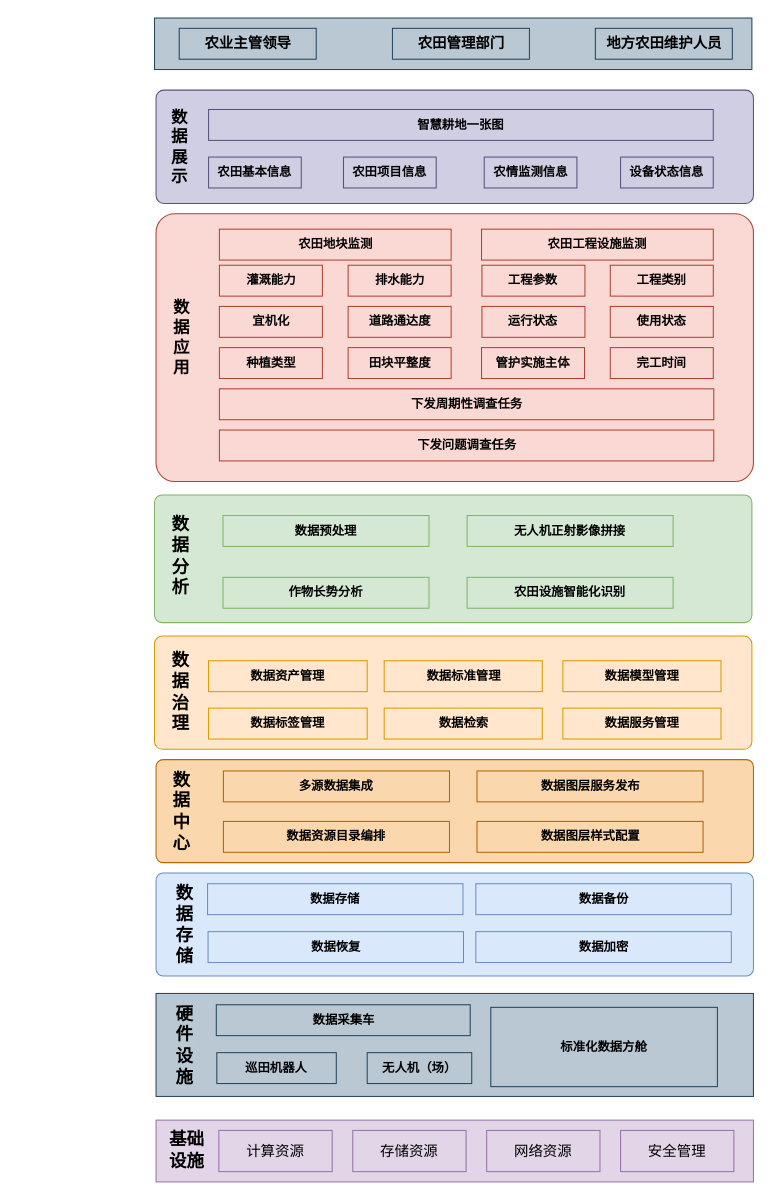
This is page "第 3 页" (3 of 3) of 陕西项目.drawio from GISering/diagram, a draw.io file, before an edit. Source tidied: cells renumbered, new cells numbered last; positions are measured from the earlier drawing's top-left corner, leaving out a move shared by most shapes. Both pictures are drawn from the tidied source at 103%, with x=0, y=0 at pixel (154, 18).
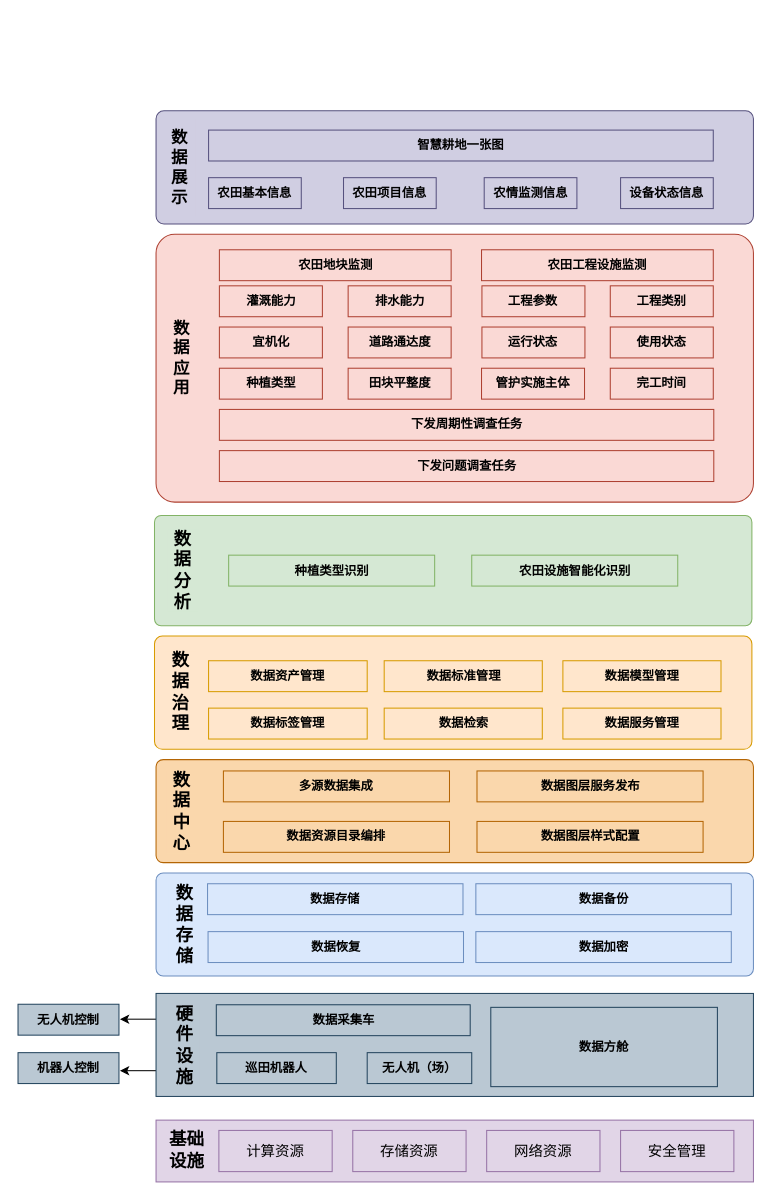
After the change.

Commit message:
更新陕西项目.drawio

Unchanged cells that the change refers to:
```xml
<mxCell id="35" style="rounded=0;whiteSpace=wrap;html=1;fillColor=#bac8d3;strokeColor=#23445d;arcSize=7;" parent="1" vertex="1">
  <mxGeometry x="1" y="947" width="580" height="100" as="geometry" />
</mxCell>
```

Diff of the diagram source:
```diff
@@
     <mxCell id="2" style="rounded=1;whiteSpace=wrap;html=1;fillColor=#fad9d5;strokeColor=#ae4132;arcSize=7;" parent="1" vertex="1">
-      <mxGeometry x="1" y="190" width="580" height="260" as="geometry" />
+      <mxGeometry x="1" y="210" width="580" height="260" as="geometry" />
     </mxCell>
@@
     <mxCell id="15" style="rounded=1;whiteSpace=wrap;html=1;fillColor=#d5e8d4;strokeColor=#82b366;arcSize=6;" parent="1" vertex="1">
-      <mxGeometry x="-0.5" y="463" width="580" height="124" as="geometry" />
+      <mxGeometry x="-0.5" y="483" width="580" height="107" as="geometry" />
     </mxCell>
     <mxCell id="16" value="数据分析" style="text;html=1;align=center;verticalAlign=middle;whiteSpace=wrap;rounded=0;fontSize=17;fontStyle=1;fillColor=#d5e8d4;strokeColor=none;" parent="1" vertex="1">
-      <mxGeometry x="9.5" y="483" width="30" height="80" as="geometry" />
+      <mxGeometry x="11.8" y="496.5" width="30" height="80" as="geometry" />
     </mxCell>
     <mxCell id="17" value="农田工程设施监测" style="rounded=0;whiteSpace=wrap;html=1;fontStyle=1;fillColor=#fad9d5;strokeColor=#ae4132;" parent="1" vertex="1">
-      <mxGeometry x="317" y="205" width="225" height="30" as="geometry" />
+      <mxGeometry x="317" y="225" width="225" height="30" as="geometry" />
     </mxCell>
     <mxCell id="18" value="农田地块监测" style="rounded=0;whiteSpace=wrap;html=1;fontStyle=1;fillColor=#fad9d5;strokeColor=#ae4132;" parent="1" vertex="1">
-      <mxGeometry x="62.5" y="205" width="225" height="30" as="geometry" />
+      <mxGeometry x="62.5" y="225" width="225" height="30" as="geometry" />
     </mxCell>
     <mxCell id="19" value="数据应用" style="text;html=1;align=center;verticalAlign=middle;whiteSpace=wrap;rounded=0;fontSize=16;fontStyle=1;fillColor=none;strokeColor=none;" parent="1" vertex="1">
-      <mxGeometry x="10.2" y="260" width="31.5" height="100" as="geometry" />
+      <mxGeometry x="10.2" y="280" width="31.5" height="100" as="geometry" />
     </mxCell>
     <mxCell id="20" value="下发周期性调查任务" style="rounded=0;whiteSpace=wrap;html=1;fontStyle=1;fillColor=#fad9d5;strokeColor=#ae4132;" parent="1" vertex="1">
-      <mxGeometry x="62.5" y="360" width="480" height="30" as="geometry" />
+      <mxGeometry x="62.5" y="380" width="480" height="30" as="geometry" />
     </mxCell>
     <mxCell id="21" style="rounded=1;whiteSpace=wrap;html=1;fillColor=#d0cee2;strokeColor=#56517e;arcSize=7;" parent="1" vertex="1">
-      <mxGeometry x="1" y="70" width="580" height="110" as="geometry" />
+      <mxGeometry x="1" y="90" width="580" height="110" as="geometry" />
     </mxCell>
     <mxCell id="22" value="数据展示" style="text;html=1;align=center;verticalAlign=middle;whiteSpace=wrap;rounded=0;fontSize=16;fontStyle=1;fillColor=#d0cee2;strokeColor=none;" parent="1" vertex="1">
-      <mxGeometry x="8" y="77.5" width="31.5" height="95" as="geometry" />
+      <mxGeometry x="8" y="97.5" width="31.5" height="95" as="geometry" />
     </mxCell>
     <mxCell id="23" value="智慧耕地一张图" style="rounded=0;whiteSpace=wrap;html=1;fontStyle=1;fillColor=#d0cee2;strokeColor=#56517e;" parent="1" vertex="1">
-      <mxGeometry x="52" y="88.8" width="490" height="30" as="geometry" />
+      <mxGeometry x="52" y="108.8" width="490" height="30" as="geometry" />
     </mxCell>
     <mxCell id="24" value="农田项目信息" style="rounded=0;whiteSpace=wrap;html=1;fontStyle=1;fillColor=#d0cee2;strokeColor=#56517e;" parent="1" vertex="1">
-      <mxGeometry x="183" y="135" width="90" height="30" as="geometry" />
+      <mxGeometry x="183" y="155" width="90" height="30" as="geometry" />
     </mxCell>
     <mxCell id="25" value="农情监测信息" style="rounded=0;whiteSpace=wrap;html=1;fontStyle=1;fillColor=#d0cee2;strokeColor=#56517e;" parent="1" vertex="1">
-      <mxGeometry x="319.6" y="135" width="90" height="30" as="geometry" />
+      <mxGeometry x="319.6" y="155" width="90" height="30" as="geometry" />
     </mxCell>
     <mxCell id="26" value="设备状态信息" style="rounded=0;whiteSpace=wrap;html=1;fontStyle=1;fillColor=#d0cee2;strokeColor=#56517e;" parent="1" vertex="1">
-      <mxGeometry x="452" y="135" width="90" height="30" as="geometry" />
+      <mxGeometry x="452" y="155" width="90" height="30" as="geometry" />
     </mxCell>
-    <mxCell id="27" style="rounded=0;whiteSpace=wrap;html=1;fillColor=#bac8d3;strokeColor=#23445d;fontStyle=1;fontSize=16;" parent="1" vertex="1">
-      <mxGeometry x="-0.5" width="580" height="50" as="geometry" />
-    </mxCell>
-    <mxCell id="28" value="农业主管领导" style="rounded=0;whiteSpace=wrap;html=1;fillColor=#bac8d3;strokeColor=#23445d;fontStyle=1;fontSize=14;" parent="1" vertex="1">
-      <mxGeometry x="23.5" y="10" width="133" height="30" as="geometry" />
-    </mxCell>
-    <mxCell id="29" value="农田管理部门" style="rounded=0;whiteSpace=wrap;html=1;fillColor=#bac8d3;strokeColor=#23445d;fontStyle=1;fontSize=14;" parent="1" vertex="1">
-      <mxGeometry x="230.5" y="10" width="133" height="30" as="geometry" />
-    </mxCell>
-    <mxCell id="30" value="地方农田维护人员" style="rounded=0;whiteSpace=wrap;html=1;fillColor=#bac8d3;strokeColor=#23445d;fontStyle=1;fontSize=14;" parent="1" vertex="1">
-      <mxGeometry x="427.5" y="10" width="133" height="30" as="geometry" />
-    </mxCell>
@@
+    <mxCell id="69" style="edgeStyle=orthogonalEdgeStyle;rounded=0;jettySize=auto;html=1;exitX=0;exitY=0.25;exitDx=0;exitDy=0;" parent="1" edge="1" source="35">
+      <mxGeometry relative="1" as="geometry">
+        <mxPoint x="-34" y="972" as="targetPoint" />
+      </mxGeometry>
+    </mxCell>
+    <mxCell id="70" style="edgeStyle=orthogonalEdgeStyle;rounded=0;jettySize=auto;html=1;exitX=0;exitY=0.75;exitDx=0;exitDy=0;" parent="1" edge="1" source="35">
+      <mxGeometry relative="1" as="geometry">
+        <mxPoint x="-34" y="1022" as="targetPoint" />
+      </mxGeometry>
+    </mxCell>
@@
-    <mxCell id="40" value="标准化数据方舱" style="rounded=0;whiteSpace=wrap;html=1;fontStyle=1;fillColor=#bac8d3;strokeColor=#23445d;" parent="1" vertex="1">
+    <mxCell id="40" value="数据方舱" style="rounded=0;whiteSpace=wrap;html=1;fontStyle=1;fillColor=#bac8d3;strokeColor=#23445d;" parent="1" vertex="1">
       <mxGeometry x="326" y="960.5" width="220" height="77" as="geometry" />
     </mxCell>
@@
-    <mxCell id="51" value="数据预处理" style="rounded=0;whiteSpace=wrap;html=1;fontStyle=1;fillColor=#d5e8d4;strokeColor=#82b366;" parent="1" vertex="1">
-      <mxGeometry x="66" y="483" width="200" height="30" as="geometry" />
+    <mxCell id="51" value="种植类型识别" style="rounded=0;whiteSpace=wrap;html=1;fontStyle=1;fillColor=#d5e8d4;strokeColor=#82b366;" parent="1" vertex="1">
+      <mxGeometry x="71.5" y="521.5" width="200" height="30" as="geometry" />
     </mxCell>
-    <mxCell id="52" value="无人机正射影像拼接" style="rounded=0;whiteSpace=wrap;html=1;fontStyle=1;fillColor=#d5e8d4;strokeColor=#82b366;" parent="1" vertex="1">
-      <mxGeometry x="303" y="483" width="200" height="30" as="geometry" />
-    </mxCell>
     <mxCell id="53" value="农田设施智能化识别" style="rounded=0;whiteSpace=wrap;html=1;fontStyle=1;fillColor=#d5e8d4;strokeColor=#82b366;" parent="1" vertex="1">
-      <mxGeometry x="303" y="543" width="200" height="30" as="geometry" />
+      <mxGeometry x="307.5" y="521.5" width="200" height="30" as="geometry" />
     </mxCell>
-    <mxCell id="54" value="作物长势分析" style="rounded=0;whiteSpace=wrap;html=1;fontStyle=1;fillColor=#d5e8d4;strokeColor=#82b366;" parent="1" vertex="1">
-      <mxGeometry x="66" y="543" width="200" height="30" as="geometry" />
-    </mxCell>
     <mxCell id="55" value="农田基本信息" style="rounded=0;whiteSpace=wrap;html=1;fontStyle=1;fillColor=#d0cee2;strokeColor=#56517e;" parent="1" vertex="1">
-      <mxGeometry x="52" y="135" width="90" height="30" as="geometry" />
+      <mxGeometry x="52" y="155" width="90" height="30" as="geometry" />
     </mxCell>
     <mxCell id="56" value="灌溉能力" style="rounded=0;whiteSpace=wrap;html=1;fontStyle=1;fillColor=#fad9d5;strokeColor=#ae4132;" parent="1" vertex="1">
-      <mxGeometry x="62.5" y="240" width="100" height="30" as="geometry" />
+      <mxGeometry x="62.5" y="260" width="100" height="30" as="geometry" />
     </mxCell>
     <mxCell id="57" value="排水能力" style="rounded=0;whiteSpace=wrap;html=1;fontStyle=1;fillColor=#fad9d5;strokeColor=#ae4132;" parent="1" vertex="1">
-      <mxGeometry x="187.5" y="240" width="100" height="30" as="geometry" />
+      <mxGeometry x="187.5" y="260" width="100" height="30" as="geometry" />
     </mxCell>
     <mxCell id="58" value="宜机化" style="rounded=0;whiteSpace=wrap;html=1;fontStyle=1;fillColor=#fad9d5;strokeColor=#ae4132;" parent="1" vertex="1">
-      <mxGeometry x="62.5" y="280" width="100" height="30" as="geometry" />
+      <mxGeometry x="62.5" y="300" width="100" height="30" as="geometry" />
     </mxCell>
     <mxCell id="59" value="道路通达度" style="rounded=0;whiteSpace=wrap;html=1;fontStyle=1;fillColor=#fad9d5;strokeColor=#ae4132;" parent="1" vertex="1">
-      <mxGeometry x="187.5" y="280" width="100" height="30" as="geometry" />
+      <mxGeometry x="187.5" y="300" width="100" height="30" as="geometry" />
     </mxCell>
     <mxCell id="60" value="种植类型" style="rounded=0;whiteSpace=wrap;html=1;fontStyle=1;fillColor=#fad9d5;strokeColor=#ae4132;" parent="1" vertex="1">
-      <mxGeometry x="62.5" y="320" width="100" height="30" as="geometry" />
+      <mxGeometry x="62.5" y="340" width="100" height="30" as="geometry" />
     </mxCell>
     <mxCell id="61" value="田块平整度" style="rounded=0;whiteSpace=wrap;html=1;fontStyle=1;fillColor=#fad9d5;strokeColor=#ae4132;" parent="1" vertex="1">
-      <mxGeometry x="187.5" y="320" width="100" height="30" as="geometry" />
+      <mxGeometry x="187.5" y="340" width="100" height="30" as="geometry" />
     </mxCell>
     <mxCell id="62" value="完工时间" style="rounded=0;whiteSpace=wrap;html=1;fontStyle=1;fillColor=#fad9d5;strokeColor=#ae4132;" parent="1" vertex="1">
-      <mxGeometry x="442" y="320" width="100" height="30" as="geometry" />
+      <mxGeometry x="442" y="340" width="100" height="30" as="geometry" />
     </mxCell>
     <mxCell id="63" value="使用状态" style="rounded=0;whiteSpace=wrap;html=1;fontStyle=1;fillColor=#fad9d5;strokeColor=#ae4132;" parent="1" vertex="1">
-      <mxGeometry x="442" y="280" width="100" height="30" as="geometry" />
+      <mxGeometry x="442" y="300" width="100" height="30" as="geometry" />
     </mxCell>
     <mxCell id="64" value="运行状态" style="rounded=0;whiteSpace=wrap;html=1;fontStyle=1;fillColor=#fad9d5;strokeColor=#ae4132;" parent="1" vertex="1">
-      <mxGeometry x="317.4" y="280" width="100" height="30" as="geometry" />
+      <mxGeometry x="317.4" y="300" width="100" height="30" as="geometry" />
     </mxCell>
     <mxCell id="65" value="管护实施主体" style="rounded=0;whiteSpace=wrap;html=1;fontStyle=1;fillColor=#fad9d5;strokeColor=#ae4132;" parent="1" vertex="1">
-      <mxGeometry x="317" y="320" width="100" height="30" as="geometry" />
+      <mxGeometry x="317" y="340" width="100" height="30" as="geometry" />
     </mxCell>
     <mxCell id="66" value="工程参数" style="rounded=0;whiteSpace=wrap;html=1;fontStyle=1;fillColor=#fad9d5;strokeColor=#ae4132;" parent="1" vertex="1">
-      <mxGeometry x="317.4" y="240" width="100" height="30" as="geometry" />
+      <mxGeometry x="317.4" y="260" width="100" height="30" as="geometry" />
     </mxCell>
     <mxCell id="67" value="工程类别" style="rounded=0;whiteSpace=wrap;html=1;fontStyle=1;fillColor=#fad9d5;strokeColor=#ae4132;" parent="1" vertex="1">
-      <mxGeometry x="442" y="240" width="100" height="30" as="geometry" />
+      <mxGeometry x="442" y="260" width="100" height="30" as="geometry" />
     </mxCell>
     <mxCell id="68" value="下发问题调查任务" style="rounded=0;whiteSpace=wrap;html=1;fontStyle=1;fillColor=#fad9d5;strokeColor=#ae4132;" parent="1" vertex="1">
-      <mxGeometry x="62.5" y="400" width="480" height="30" as="geometry" />
+      <mxGeometry x="62.5" y="420" width="480" height="30" as="geometry" />
     </mxCell>
+    <mxCell id="71" value="无人机控制" style="rounded=0;whiteSpace=wrap;html=1;fontStyle=1;fillColor=#bac8d3;strokeColor=#23445d;" parent="1" vertex="1">
+      <mxGeometry x="-133" y="957.5" width="98" height="30" as="geometry" />
+    </mxCell>
+    <mxCell id="72" value="机器人控制" style="rounded=0;whiteSpace=wrap;html=1;fontStyle=1;fillColor=#bac8d3;strokeColor=#23445d;" parent="1" vertex="1">
+      <mxGeometry x="-133" y="1004.5" width="98" height="30" as="geometry" />
+    </mxCell>
```
